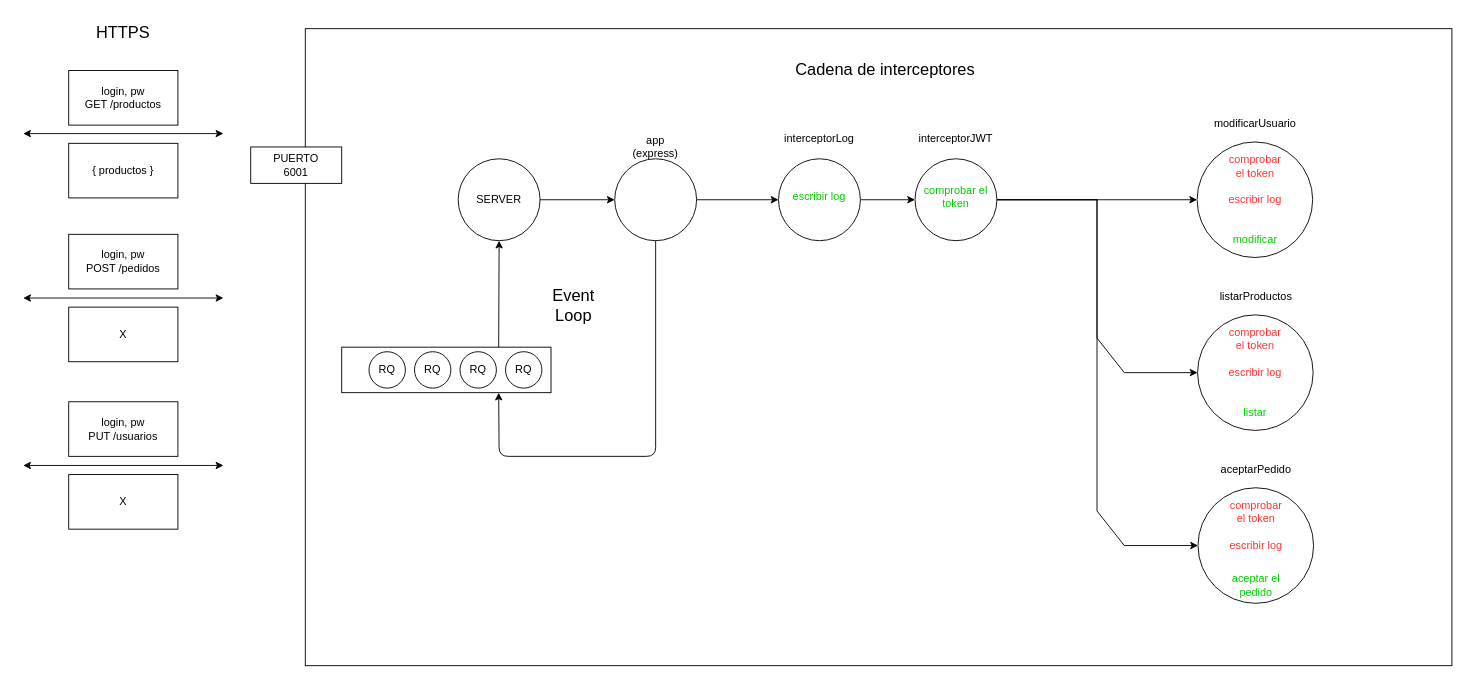
Above: page "Página-38" (37 of 38) of dibujos.drawio in lrag/MEAN_2021_2 (draw.io), before the change. Source tidied: cells renumbered, new cells numbered last; positions are measured from the earlier drawing's top-left corner, leaving out a move shared by most shapes. Both pictures are drawn from the tidied source at 91%, with x=0, y=0 at pixel (23, 19).
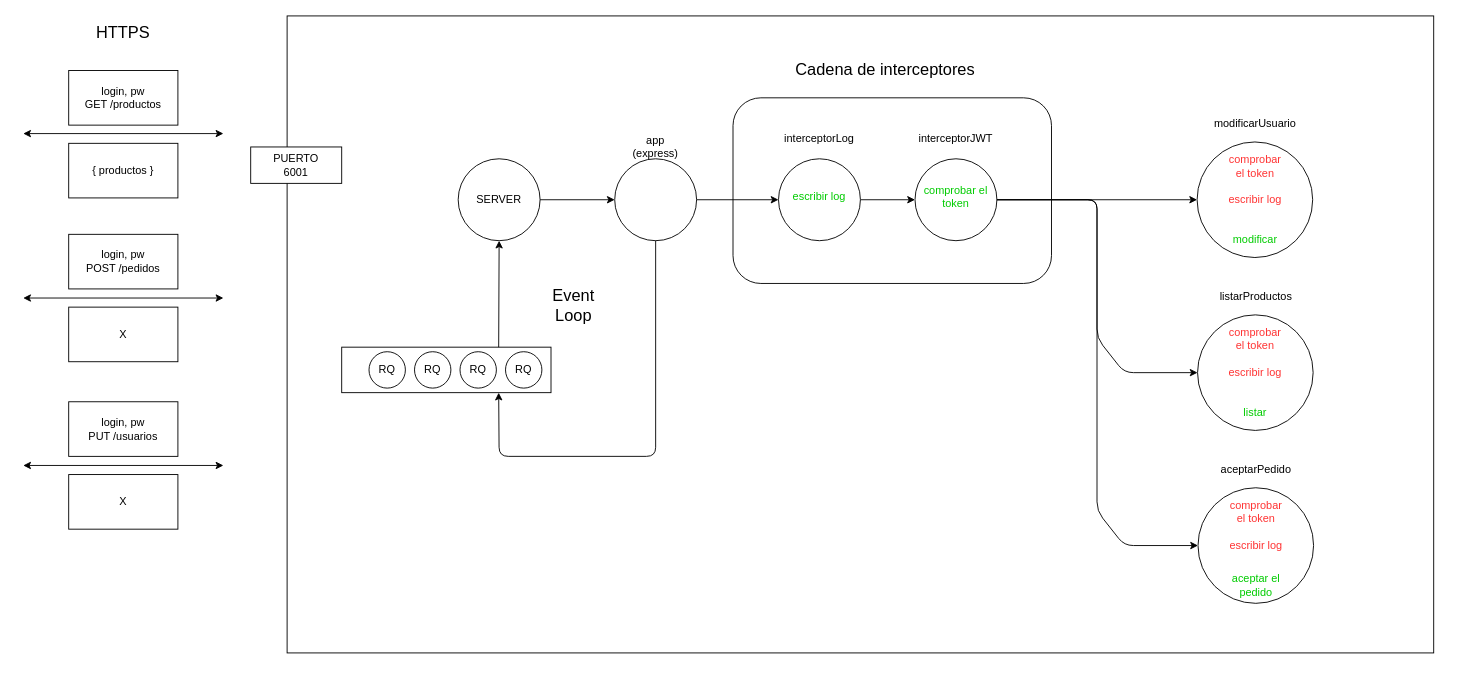
The same diagram, later.

The change refers to these unchanged cells:
```xml
<mxCell id="36" style="ellipse;whiteSpace=wrap;html=1;strokeWidth=1;fillColor=#ffffff;" parent="1" vertex="1">
  <mxGeometry x="1290.5" y="324.5" width="127" height="127" as="geometry" />
</mxCell>
<mxCell id="41" style="ellipse;whiteSpace=wrap;html=1;strokeWidth=1;fillColor=#ffffff;" parent="1" vertex="1">
  <mxGeometry x="1291" y="514.5" width="127" height="127" as="geometry" />
</mxCell>
<mxCell id="47" style="ellipse;whiteSpace=wrap;html=1;strokeWidth=1;fillColor=#ffffff;" parent="1" vertex="1">
  <mxGeometry x="980" y="153" width="90" height="90" as="geometry" />
</mxCell>
```

Change to the diagram source:
```diff
@@
-    <mxCell id="2" style="rounded=1;whiteSpace=wrap;html=1;fontColor=#00CC00;fillColor=none;" parent="1" vertex="1">
-      <mxGeometry x="780" y="86" width="350" height="204" as="geometry" />
-    </mxCell>
     <mxCell id="3" style="rounded=0;whiteSpace=wrap;html=1;strokeWidth=1;fillColor=#ffffff;" parent="1" vertex="1">
-      <mxGeometry x="310" y="10" width="1260" height="700" as="geometry" />
+      <mxGeometry x="290" y="-4" width="1260" height="700" as="geometry" />
     </mxCell>
@@
-    <mxCell id="51" style="endArrow=classic;html=1;rounded=0;fontColor=#00CC00;entryX=0;entryY=0.5;entryDx=0;entryDy=0;exitX=1;exitY=0.5;exitDx=0;exitDy=0;" parent="1" edge="1" source="47" target="36">
+    <mxCell id="51" style="endArrow=classic;html=1;rounded=1;fontColor=#00CC00;entryX=0;entryY=0.5;entryDx=0;entryDy=0;exitX=1;exitY=0.5;exitDx=0;exitDy=0;" parent="1" edge="1" source="47" target="36">
       <mxGeometry relative="1" as="geometry">
         <Array as="points">
           <mxPoint x="1180" y="198" />
           <mxPoint x="1180" y="350" />
           <mxPoint x="1210" y="388" />
         </Array>
       </mxGeometry>
     </mxCell>
-    <mxCell id="52" style="endArrow=classic;html=1;rounded=0;fontColor=#00CC00;exitX=1;exitY=0.5;exitDx=0;exitDy=0;entryX=0;entryY=0.5;entryDx=0;entryDy=0;" parent="1" edge="1" source="47" target="41">
+    <mxCell id="52" style="endArrow=classic;html=1;rounded=1;fontColor=#00CC00;exitX=1;exitY=0.5;exitDx=0;exitDy=0;entryX=0;entryY=0.5;entryDx=0;entryDy=0;" parent="1" edge="1" source="47" target="41">
       <mxGeometry relative="1" as="geometry">
         <Array as="points">
           <mxPoint x="1180" y="198" />
           <mxPoint x="1180" y="540" />
           <mxPoint x="1210" y="578" />
         </Array>
       </mxGeometry>
     </mxCell>
@@
+    <mxCell id="2" style="rounded=1;whiteSpace=wrap;html=1;fontColor=#00CC00;fillColor=none;" parent="1" vertex="1">
+      <mxGeometry x="780" y="86" width="350" height="204" as="geometry" />
+    </mxCell>
```
